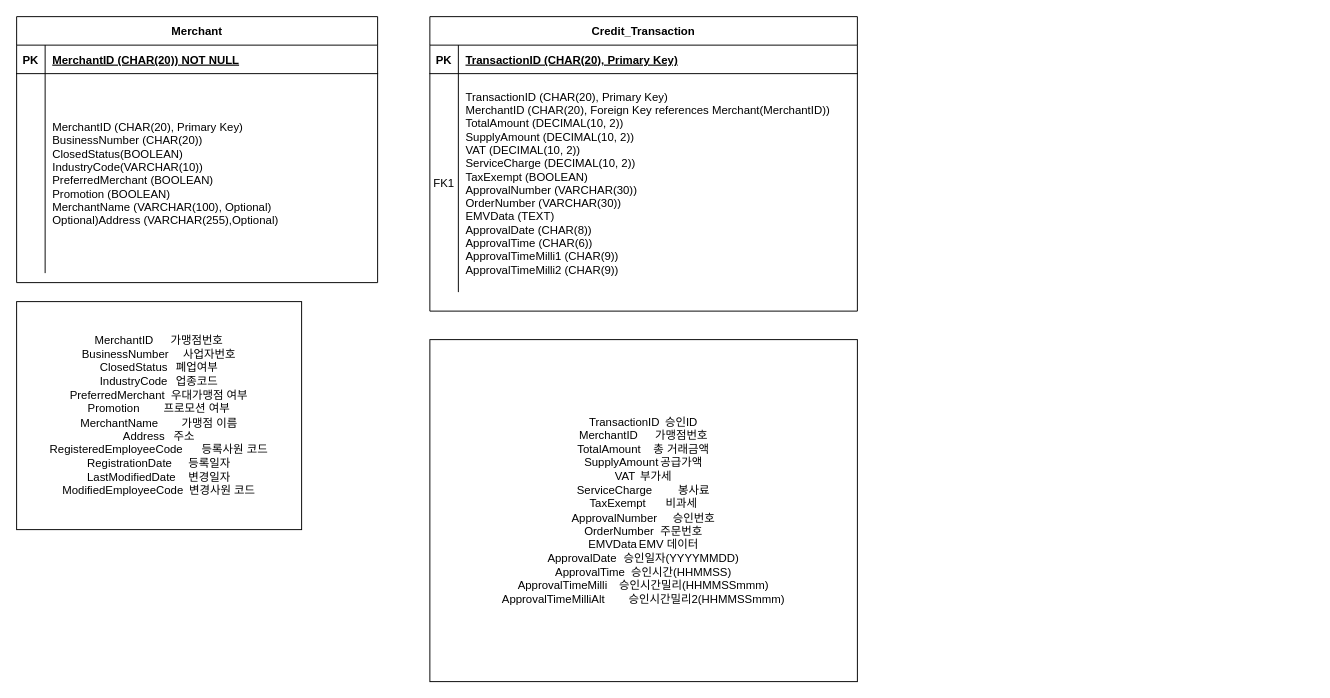
Earlier version of the draw.io diagram 결제.drawio (SongJuHeon/payments). Source tidied: cells renumbered, new cells numbered last; positions are measured from the earlier drawing's top-left corner, leaving out a move shared by most shapes. Both pictures are drawn from the tidied source at 95%, with x=0, y=0 at pixel (16, 16).
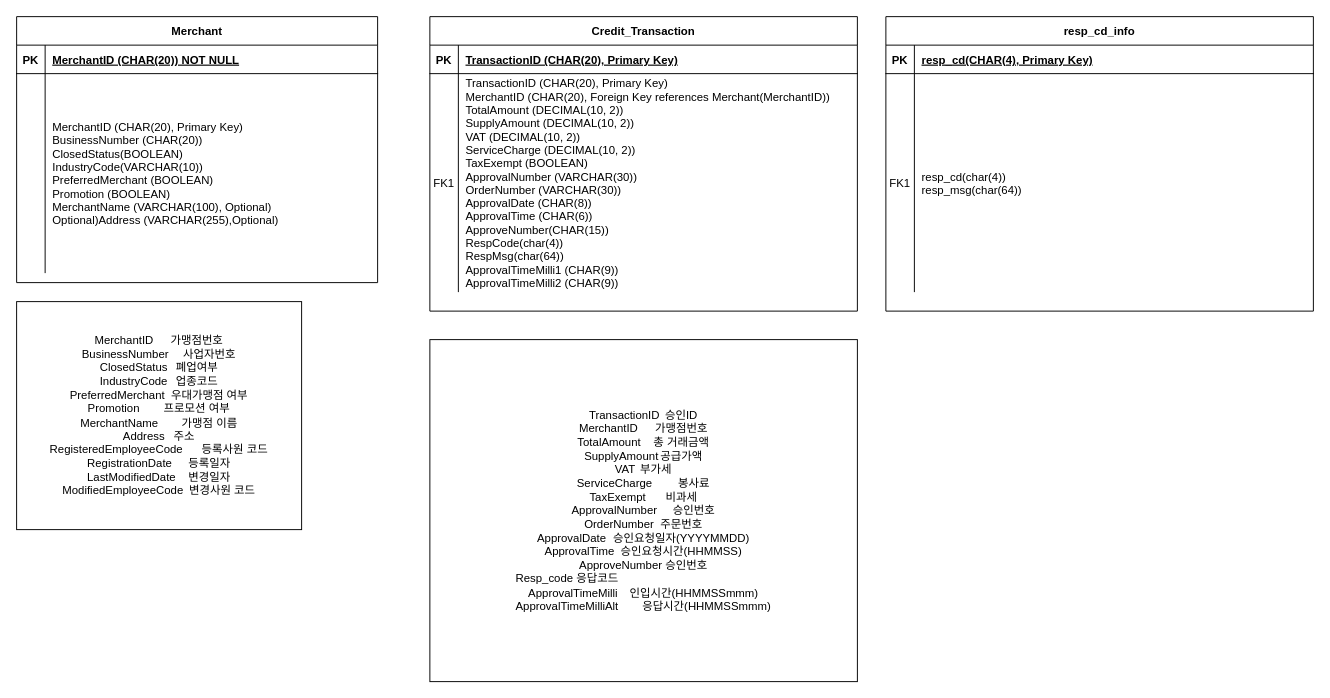
Above is the later version.

Commit message:
결제.drawio 업데이트

The change refers to these unchanged cells:
```xml
<mxCell id="6" style="shape=partialRectangle;fillColor=none;top=0;left=0;right=0;bottom=0;" parent="2" vertex="1">
  <mxGeometry y="60" width="450" height="230" as="geometry" />
</mxCell>
```

The edit, as a diff of the source:
```diff
@@
-    <mxCell id="8" value="TransactionID (CHAR(20), Primary Key)&#10;MerchantID (CHAR(20), Foreign Key references Merchant(MerchantID))&#10;TotalAmount (DECIMAL(10, 2))&#10;SupplyAmount (DECIMAL(10, 2))&#10;VAT (DECIMAL(10, 2))&#10;ServiceCharge (DECIMAL(10, 2))&#10;TaxExempt (BOOLEAN)&#10;ApprovalNumber (VARCHAR(30))&#10;OrderNumber (VARCHAR(30))&#10;EMVData (TEXT)&#10;ApprovalDate (CHAR(8)) &#10;ApprovalTime (CHAR(6)) &#10;ApprovalTimeMilli1 (CHAR(9)) &#10;ApprovalTimeMilli2 (CHAR(9)) " style="shape=partialRectangle;overflow=hidden;fillColor=none;top=0;left=0;bottom=0;right=0;align=left;spacingLeft=6;" parent="6" vertex="1">
+    <mxCell id="8" value="TransactionID (CHAR(20), Primary Key)&#10;MerchantID (CHAR(20), Foreign Key references Merchant(MerchantID))&#10;TotalAmount (DECIMAL(10, 2))&#10;SupplyAmount (DECIMAL(10, 2))&#10;VAT (DECIMAL(10, 2))&#10;ServiceCharge (DECIMAL(10, 2))&#10;TaxExempt (BOOLEAN)&#10;ApprovalNumber (VARCHAR(30))&#10;OrderNumber (VARCHAR(30))&#10;ApprovalDate (CHAR(8)) &#10;ApprovalTime (CHAR(6)) &#10;ApproveNumber(CHAR(15))&#10;RespCode(char(4))&#10;RespMsg(char(64))&#10;ApprovalTimeMilli1 (CHAR(9)) &#10;ApprovalTimeMilli2 (CHAR(9)) " style="shape=partialRectangle;overflow=hidden;fillColor=none;top=0;left=0;bottom=0;right=0;align=left;spacingLeft=6;" parent="6" vertex="1">
       <mxGeometry x="30" width="420" height="230" as="geometry" />
     </mxCell>
@@
-    <mxCell id="17" value="&lt;div&gt;TransactionID&lt;span style=&quot;white-space:pre&quot;&gt;&#9;&lt;/span&gt;승인ID&lt;/div&gt;&lt;div&gt;MerchantID&lt;span style=&quot;white-space:pre&quot;&gt;&#9;&lt;/span&gt;가맹점번호&lt;/div&gt;&lt;div&gt;TotalAmount&lt;span style=&quot;white-space:pre&quot;&gt;&#9;&lt;/span&gt;총 거래금액&lt;/div&gt;&lt;div&gt;SupplyAmount&lt;span style=&quot;white-space:pre&quot;&gt;&#9;&lt;/span&gt;공급가액&lt;/div&gt;&lt;div&gt;VAT&lt;span style=&quot;white-space:pre&quot;&gt;&#9;&lt;/span&gt;부가세&lt;/div&gt;&lt;div&gt;ServiceCharge&lt;span style=&quot;white-space:pre&quot;&gt;&#9;&lt;/span&gt;봉사료&lt;/div&gt;&lt;div&gt;TaxExempt&lt;span style=&quot;white-space:pre&quot;&gt;&#9;&lt;/span&gt;비과세&lt;/div&gt;&lt;div&gt;ApprovalNumber&lt;span style=&quot;white-space:pre&quot;&gt;&#9;&lt;/span&gt;승인번호&lt;/div&gt;&lt;div&gt;OrderNumber&lt;span style=&quot;white-space:pre&quot;&gt;&#9;&lt;/span&gt;주문번호&lt;/div&gt;&lt;div&gt;EMVData&lt;span style=&quot;white-space:pre&quot;&gt;&#9;&lt;/span&gt;EMV 데이터&lt;/div&gt;&lt;div&gt;ApprovalDate&lt;span style=&quot;white-space:pre&quot;&gt;&#9;&lt;/span&gt;승인일자(YYYYMMDD)&lt;/div&gt;&lt;div&gt;ApprovalTime&lt;span style=&quot;white-space:pre&quot;&gt;&#9;&lt;/span&gt;승인시간(HHMMSS)&lt;/div&gt;&lt;div&gt;ApprovalTimeMilli&lt;span style=&quot;white-space:pre&quot;&gt;&#9;&lt;/span&gt;승인시간밀리(HHMMSSmmm)&lt;/div&gt;&lt;div&gt;ApprovalTimeMilliAlt&lt;span style=&quot;white-space:pre&quot;&gt;&#9;&lt;/span&gt;승인시간밀리2(HHMMSSmmm)&lt;/div&gt;" style="rounded=0;whiteSpace=wrap;html=1;" parent="1" vertex="1">
+    <mxCell id="17" value="&lt;div&gt;TransactionID&lt;span style=&quot;white-space:pre&quot;&gt;&#9;&lt;/span&gt;승인ID&lt;/div&gt;&lt;div&gt;MerchantID&lt;span style=&quot;white-space:pre&quot;&gt;&#9;&lt;/span&gt;가맹점번호&lt;/div&gt;&lt;div&gt;TotalAmount&lt;span style=&quot;white-space:pre&quot;&gt;&#9;&lt;/span&gt;총 거래금액&lt;/div&gt;&lt;div&gt;SupplyAmount&lt;span style=&quot;white-space:pre&quot;&gt;&#9;&lt;/span&gt;공급가액&lt;/div&gt;&lt;div&gt;VAT&lt;span style=&quot;white-space:pre&quot;&gt;&#9;&lt;/span&gt;부가세&lt;/div&gt;&lt;div&gt;ServiceCharge&lt;span style=&quot;white-space:pre&quot;&gt;&#9;&lt;/span&gt;봉사료&lt;/div&gt;&lt;div&gt;TaxExempt&lt;span style=&quot;white-space:pre&quot;&gt;&#9;&lt;/span&gt;비과세&lt;/div&gt;&lt;div&gt;ApprovalNumber&lt;span style=&quot;white-space:pre&quot;&gt;&#9;&lt;/span&gt;승인번호&lt;/div&gt;&lt;div&gt;OrderNumber&lt;span style=&quot;white-space:pre&quot;&gt;&#9;&lt;/span&gt;주문번호&lt;/div&gt;&lt;div&gt;ApprovalDate&lt;span style=&quot;white-space:pre&quot;&gt;&#9;&lt;/span&gt;승인요청일자(YYYYMMDD)&lt;/div&gt;&lt;div&gt;ApprovalTime&lt;span style=&quot;white-space:pre&quot;&gt;&#9;&lt;/span&gt;승인요청시간(HHMMSS)&lt;/div&gt;&lt;div&gt;&lt;span style=&quot;text-align: left; text-wrap: nowrap;&quot;&gt;ApproveNumber 승인번호&lt;/span&gt;&lt;br&gt;&lt;/div&gt;&lt;div style=&quot;text-align: left;&quot;&gt;&lt;span style=&quot;text-wrap: nowrap;&quot;&gt;Resp_code 응답코드&lt;/span&gt;&lt;/div&gt;&lt;div&gt;ApprovalTimeMilli&lt;span style=&quot;white-space:pre&quot;&gt;&#9;&lt;/span&gt;인입시간(HHMMSSmmm)&lt;/div&gt;&lt;div&gt;ApprovalTimeMilliAlt&lt;span style=&quot;white-space:pre&quot;&gt;&#9;&lt;/span&gt;응답시간(HHMMSSmmm)&lt;/div&gt;" style="rounded=0;whiteSpace=wrap;html=1;" parent="1" vertex="1">
       <mxGeometry x="435" y="340" width="450" height="360" as="geometry" />
     </mxCell>
+    <mxCell id="18" value="resp_cd_info" style="shape=table;startSize=30;childLayout=tableLayout;rowLines=0;fontStyle=1;align=center;" parent="1" vertex="1">
+      <mxGeometry x="915" width="450" height="310" as="geometry" />
+    </mxCell>
+    <mxCell id="19" style="shape=partialRectangle;fillColor=none;top=0;left=0;right=0;bottom=1;" parent="18" vertex="1">
+      <mxGeometry y="30" width="450" height="30" as="geometry" />
+    </mxCell>
+    <mxCell id="20" value="PK" style="shape=partialRectangle;overflow=hidden;fillColor=none;top=0;left=0;bottom=0;right=0;fontStyle=1;" parent="19" vertex="1">
+      <mxGeometry width="30" height="30" as="geometry" />
+    </mxCell>
+    <mxCell id="21" value="resp_cd(CHAR(4), Primary Key)" style="shape=partialRectangle;overflow=hidden;fillColor=none;top=0;left=0;bottom=0;right=0;align=left;spacingLeft=6;fontStyle=5;" parent="19" vertex="1">
+      <mxGeometry x="30" width="420" height="30" as="geometry" />
+    </mxCell>
+    <mxCell id="22" style="shape=partialRectangle;fillColor=none;top=0;left=0;right=0;bottom=0;" parent="18" vertex="1">
+      <mxGeometry y="60" width="450" height="230" as="geometry" />
+    </mxCell>
+    <mxCell id="23" value="FK1" style="shape=partialRectangle;overflow=hidden;fillColor=none;top=0;left=0;bottom=0;right=0;" parent="22" vertex="1">
+      <mxGeometry width="30" height="230" as="geometry" />
+    </mxCell>
+    <mxCell id="24" value="resp_cd(char(4))&#10;resp_msg(char(64))" style="shape=partialRectangle;overflow=hidden;fillColor=none;top=0;left=0;bottom=0;right=0;align=left;spacingLeft=6;" parent="22" vertex="1">
+      <mxGeometry x="30" width="420" height="230" as="geometry" />
+    </mxCell>
```
